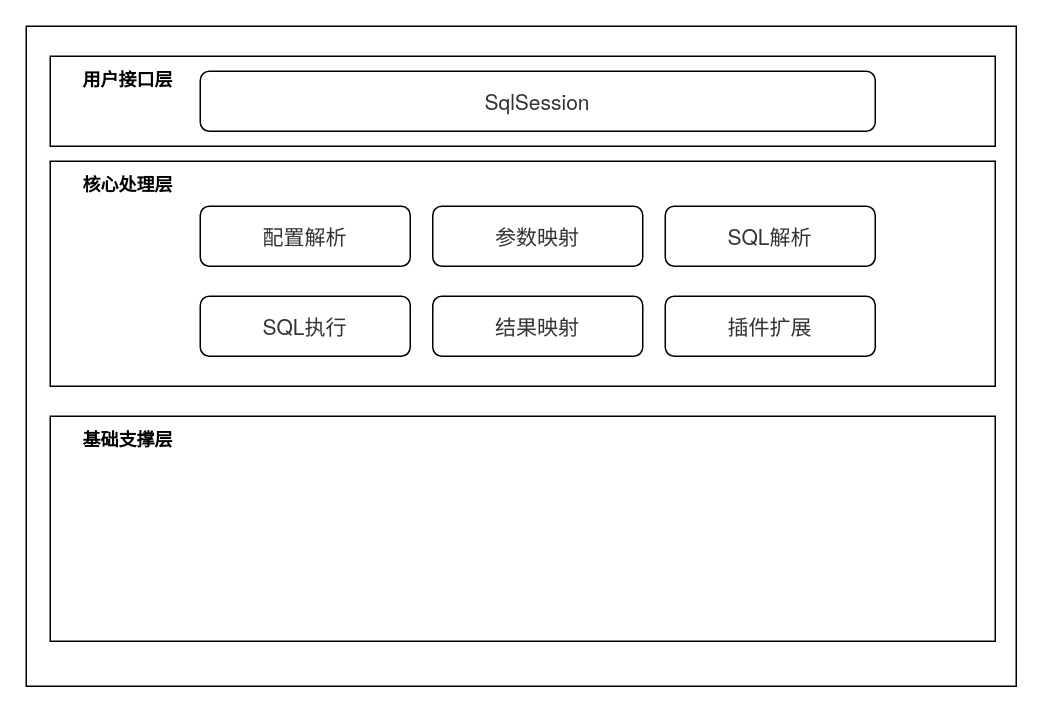
The draw.io diagram 未命名绘图.drawio in yueming158/draw, before the edit. Source tidied: cells renumbered, new cells numbered last; positions are measured from the earlier drawing's top-left corner, leaving out a move shared by most shapes. Both pictures are drawn from the tidied source at 150%, with x=0, y=0 at pixel (26, 26).
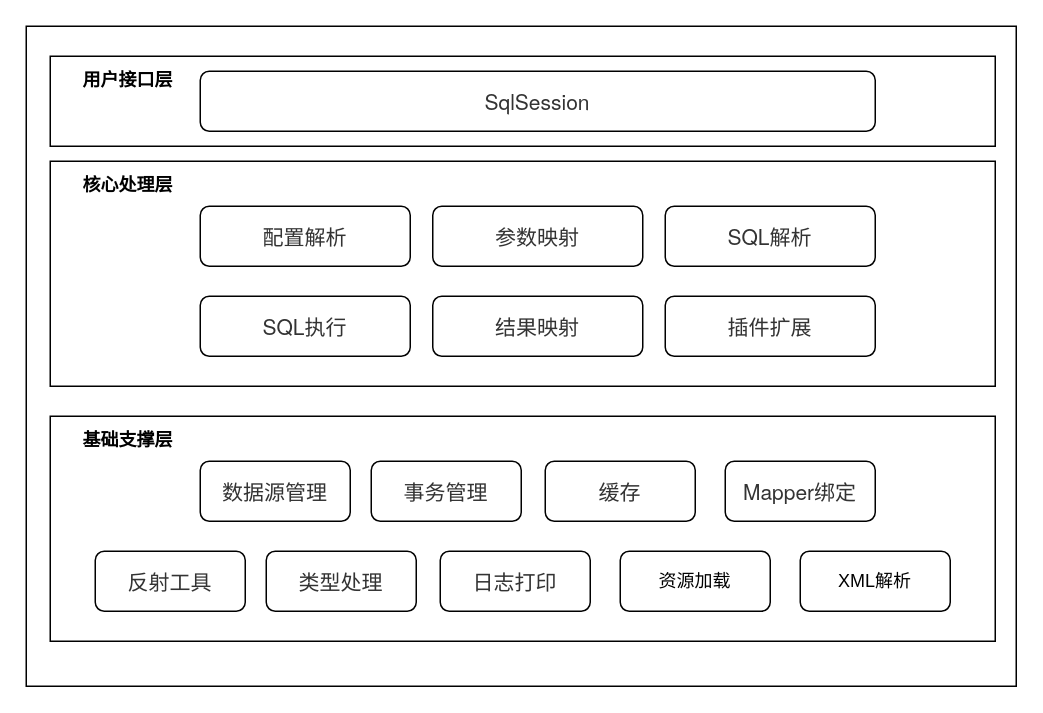
After the change.

Commit message (it also covers changes not shown here):
更新未命名绘图.drawio

Change to the diagram source:
```diff
@@
+    <mxCell id="13" value="&lt;div style=&quot;text-align: start;&quot;&gt;&lt;font face=&quot;Helvetica Neue, Helvetica, Arial, sans-serif&quot; color=&quot;#333333&quot;&gt;&lt;span style=&quot;font-size: 14px; background-color: rgb(255, 255, 255);&quot;&gt;数据源管理&lt;/span&gt;&lt;/font&gt;&lt;/div&gt;" style="rounded=1;whiteSpace=wrap;html=1;flipH=0;flipV=1;" parent="1" vertex="1">
+      <mxGeometry x="116" y="290" width="100" height="40" as="geometry" />
+    </mxCell>
+    <mxCell id="14" value="&lt;div style=&quot;text-align: start;&quot;&gt;&lt;font face=&quot;Helvetica Neue, Helvetica, Arial, sans-serif&quot; color=&quot;#333333&quot;&gt;&lt;span style=&quot;font-size: 14px; background-color: rgb(255, 255, 255);&quot;&gt;事务管理&lt;/span&gt;&lt;/font&gt;&lt;/div&gt;" style="rounded=1;whiteSpace=wrap;html=1;flipH=0;flipV=1;" parent="1" vertex="1">
+      <mxGeometry x="230" y="290" width="100" height="40" as="geometry" />
+    </mxCell>
+    <mxCell id="15" value="&lt;div style=&quot;text-align: start;&quot;&gt;&lt;font face=&quot;Helvetica Neue, Helvetica, Arial, sans-serif&quot; color=&quot;#333333&quot;&gt;&lt;span style=&quot;font-size: 14px; background-color: rgb(255, 255, 255);&quot;&gt;缓存&lt;/span&gt;&lt;/font&gt;&lt;/div&gt;" style="rounded=1;whiteSpace=wrap;html=1;flipH=0;flipV=1;" parent="1" vertex="1">
+      <mxGeometry x="346" y="290" width="100" height="40" as="geometry" />
+    </mxCell>
+    <mxCell id="16" value="&lt;div style=&quot;text-align: start;&quot;&gt;&lt;font face=&quot;Helvetica Neue, Helvetica, Arial, sans-serif&quot; color=&quot;#333333&quot;&gt;&lt;span style=&quot;font-size: 14px; background-color: rgb(255, 255, 255);&quot;&gt;Mapper绑定&lt;/span&gt;&lt;/font&gt;&lt;/div&gt;" style="rounded=1;whiteSpace=wrap;html=1;flipH=0;flipV=1;" parent="1" vertex="1">
+      <mxGeometry x="466" y="290" width="100" height="40" as="geometry" />
+    </mxCell>
+    <mxCell id="17" value="&lt;div style=&quot;text-align: start;&quot;&gt;&lt;font face=&quot;Helvetica Neue, Helvetica, Arial, sans-serif&quot; color=&quot;#333333&quot;&gt;&lt;span style=&quot;font-size: 14px; background-color: rgb(255, 255, 255);&quot;&gt;反射工具&lt;/span&gt;&lt;/font&gt;&lt;/div&gt;" style="rounded=1;whiteSpace=wrap;html=1;flipH=0;flipV=1;" parent="1" vertex="1">
+      <mxGeometry x="46" y="350" width="100" height="40" as="geometry" />
+    </mxCell>
+    <mxCell id="18" value="&lt;div style=&quot;text-align: start;&quot;&gt;&lt;font face=&quot;Helvetica Neue, Helvetica, Arial, sans-serif&quot; color=&quot;#333333&quot;&gt;&lt;span style=&quot;font-size: 14px; background-color: rgb(255, 255, 255);&quot;&gt;类型处理&lt;/span&gt;&lt;/font&gt;&lt;/div&gt;" style="rounded=1;whiteSpace=wrap;html=1;flipH=0;flipV=1;" parent="1" vertex="1">
+      <mxGeometry x="160" y="350" width="100" height="40" as="geometry" />
+    </mxCell>
+    <mxCell id="19" value="&lt;div style=&quot;text-align: start;&quot;&gt;&lt;font face=&quot;Helvetica Neue, Helvetica, Arial, sans-serif&quot; color=&quot;#333333&quot;&gt;&lt;span style=&quot;font-size: 14px; background-color: rgb(255, 255, 255);&quot;&gt;日志打印&lt;/span&gt;&lt;/font&gt;&lt;/div&gt;" style="rounded=1;whiteSpace=wrap;html=1;flipH=0;flipV=1;" parent="1" vertex="1">
+      <mxGeometry x="276" y="350" width="100" height="40" as="geometry" />
+    </mxCell>
+    <mxCell id="20" value="&lt;div style=&quot;text-align: start;&quot;&gt;资源加载&lt;/div&gt;" style="rounded=1;whiteSpace=wrap;html=1;flipH=0;flipV=1;" parent="1" vertex="1">
+      <mxGeometry x="396" y="350" width="100" height="40" as="geometry" />
+    </mxCell>
+    <mxCell id="21" value="&lt;div style=&quot;text-align: start;&quot;&gt;XML解析&lt;/div&gt;" style="rounded=1;whiteSpace=wrap;html=1;flipH=0;flipV=1;" parent="1" vertex="1">
+      <mxGeometry x="516" y="350" width="100" height="40" as="geometry" />
+    </mxCell>
```
